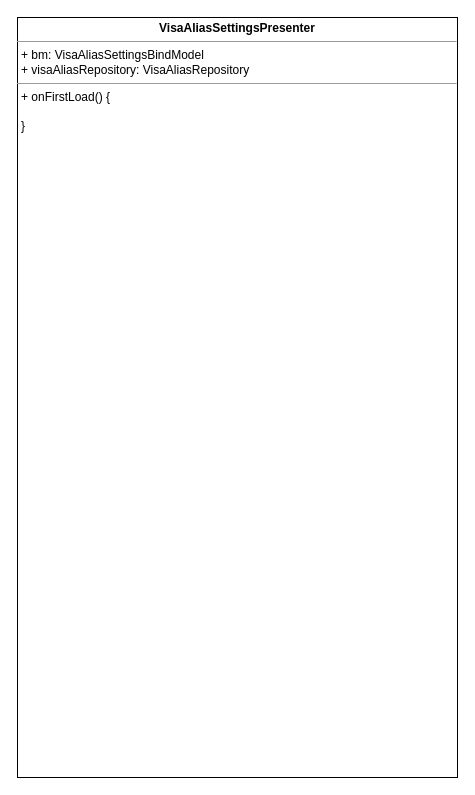
Above: UNI-15263.drawio in ShiryaevNikolay/diagrams (draw.io), before the change. Source tidied: cells renumbered, new cells numbered last; positions are measured from the earlier drawing's top-left corner, leaving out a move shared by most shapes. Both pictures are drawn from the tidied source at 100%, with x=0, y=0 at pixel (17, 17).
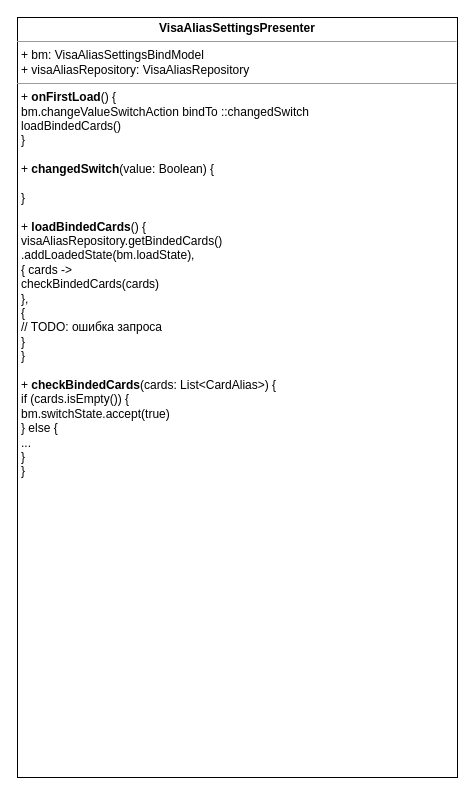
The same diagram, later.

Change to the diagram source:
```diff
@@
 <mxGraphModel>
   <root>
     <mxCell id="0" />
     <mxCell id="1" parent="0" />
-    <mxCell id="2" value="&lt;p style=&quot;margin: 0px ; margin-top: 4px ; text-align: center&quot;&gt;&lt;b&gt;VisaAliasSettingsPresenter&lt;/b&gt;&lt;/p&gt;&lt;hr size=&quot;1&quot;&gt;&lt;p style=&quot;margin: 0px ; margin-left: 4px&quot;&gt;+ bm: VisaAliasSettingsBindModel&lt;br&gt;&lt;/p&gt;&lt;p style=&quot;margin: 0px ; margin-left: 4px&quot;&gt;+ visaAliasRepository: VisaAliasRepository&lt;/p&gt;&lt;hr size=&quot;1&quot;&gt;&lt;p style=&quot;margin: 0px ; margin-left: 4px&quot;&gt;+ onFirstLoad() {&lt;/p&gt;&lt;p style=&quot;margin: 0px ; margin-left: 4px&quot;&gt;&lt;br&gt;&lt;/p&gt;&lt;p style=&quot;margin: 0px ; margin-left: 4px&quot;&gt;}&lt;br&gt;&lt;/p&gt;" style="verticalAlign=top;align=left;overflow=fill;fontSize=12;fontFamily=Helvetica;html=1;" parent="1" vertex="1">
+    <mxCell id="2" value="&lt;p style=&quot;margin: 0px ; margin-top: 4px ; text-align: center&quot;&gt;&lt;b&gt;VisaAliasSettingsPresenter&lt;/b&gt;&lt;/p&gt;&lt;hr size=&quot;1&quot;&gt;&lt;p style=&quot;margin: 0px ; margin-left: 4px&quot;&gt;+ bm: VisaAliasSettingsBindModel&lt;br&gt;&lt;/p&gt;&lt;p style=&quot;margin: 0px ; margin-left: 4px&quot;&gt;+ visaAliasRepository: VisaAliasRepository&lt;/p&gt;&lt;hr size=&quot;1&quot;&gt;&lt;p style=&quot;margin: 0px ; margin-left: 4px&quot;&gt;+ &lt;b&gt;onFirstLoad&lt;/b&gt;() {&lt;/p&gt;&lt;p style=&quot;margin: 0px ; margin-left: 4px&quot;&gt;bm.changeValueSwitchAction bindTo ::changedSwitch&lt;br&gt;&lt;/p&gt;&lt;p style=&quot;margin: 0px ; margin-left: 4px&quot;&gt;loadBindedCards()&lt;br&gt;&lt;/p&gt;&lt;p style=&quot;margin: 0px ; margin-left: 4px&quot;&gt;}&lt;/p&gt;&lt;p style=&quot;margin: 0px ; margin-left: 4px&quot;&gt;&lt;br&gt;&lt;/p&gt;&lt;p style=&quot;margin: 0px ; margin-left: 4px&quot;&gt;+ &lt;b&gt;changedSwitch&lt;/b&gt;(value: Boolean) {&lt;/p&gt;&lt;p style=&quot;margin: 0px ; margin-left: 4px&quot;&gt;&lt;br&gt;&lt;/p&gt;&lt;p style=&quot;margin: 0px ; margin-left: 4px&quot;&gt;}&lt;br&gt;&lt;/p&gt;&lt;p style=&quot;margin: 0px ; margin-left: 4px&quot;&gt;&lt;br&gt;&lt;/p&gt;&lt;p style=&quot;margin: 0px ; margin-left: 4px&quot;&gt;+ &lt;b&gt;loadBindedCards&lt;/b&gt;() {&lt;/p&gt;&lt;p style=&quot;margin: 0px ; margin-left: 4px&quot;&gt;visaAliasRepository.getBindedCards()&lt;/p&gt;&lt;p style=&quot;margin: 0px ; margin-left: 4px&quot;&gt;.addLoadedState(bm.loadState),&lt;/p&gt;&lt;p style=&quot;margin: 0px ; margin-left: 4px&quot;&gt;{ cards -&amp;gt;&lt;br&gt;&lt;/p&gt;&lt;p style=&quot;margin: 0px ; margin-left: 4px&quot;&gt;checkBindedCards(cards)&lt;br&gt;&lt;/p&gt;&lt;p style=&quot;margin: 0px ; margin-left: 4px&quot;&gt;},&lt;/p&gt;&lt;p style=&quot;margin: 0px ; margin-left: 4px&quot;&gt;{&lt;/p&gt;&lt;p style=&quot;margin: 0px ; margin-left: 4px&quot;&gt;// TODO: ошибка запроса&lt;br&gt;&lt;/p&gt;&lt;p style=&quot;margin: 0px ; margin-left: 4px&quot;&gt;}&lt;br&gt;&lt;/p&gt;&lt;p style=&quot;margin: 0px ; margin-left: 4px&quot;&gt;}&lt;/p&gt;&lt;p style=&quot;margin: 0px ; margin-left: 4px&quot;&gt;&lt;br&gt;&lt;/p&gt;&lt;p style=&quot;margin: 0px ; margin-left: 4px&quot;&gt;+ &lt;b&gt;checkBindedCards&lt;/b&gt;(cards: List&amp;lt;CardAlias&amp;gt;) {&lt;/p&gt;&lt;p style=&quot;margin: 0px ; margin-left: 4px&quot;&gt;if (cards.isEmpty()) {&lt;/p&gt;&lt;p style=&quot;margin: 0px ; margin-left: 4px&quot;&gt;bm.switchState.accept(true)&lt;br&gt;&lt;/p&gt;&lt;p style=&quot;margin: 0px ; margin-left: 4px&quot;&gt;} else {&lt;/p&gt;&lt;p style=&quot;margin: 0px ; margin-left: 4px&quot;&gt;...&lt;br&gt;&lt;/p&gt;&lt;p style=&quot;margin: 0px ; margin-left: 4px&quot;&gt;}&lt;br&gt;&lt;/p&gt;&lt;p style=&quot;margin: 0px ; margin-left: 4px&quot;&gt;}&lt;br&gt;&lt;/p&gt;" style="verticalAlign=top;align=left;overflow=fill;fontSize=12;fontFamily=Helvetica;html=1;" parent="1" vertex="1">
       <mxGeometry width="440" height="760" as="geometry" />
     </mxCell>
   </root>
 </mxGraphModel>
```
